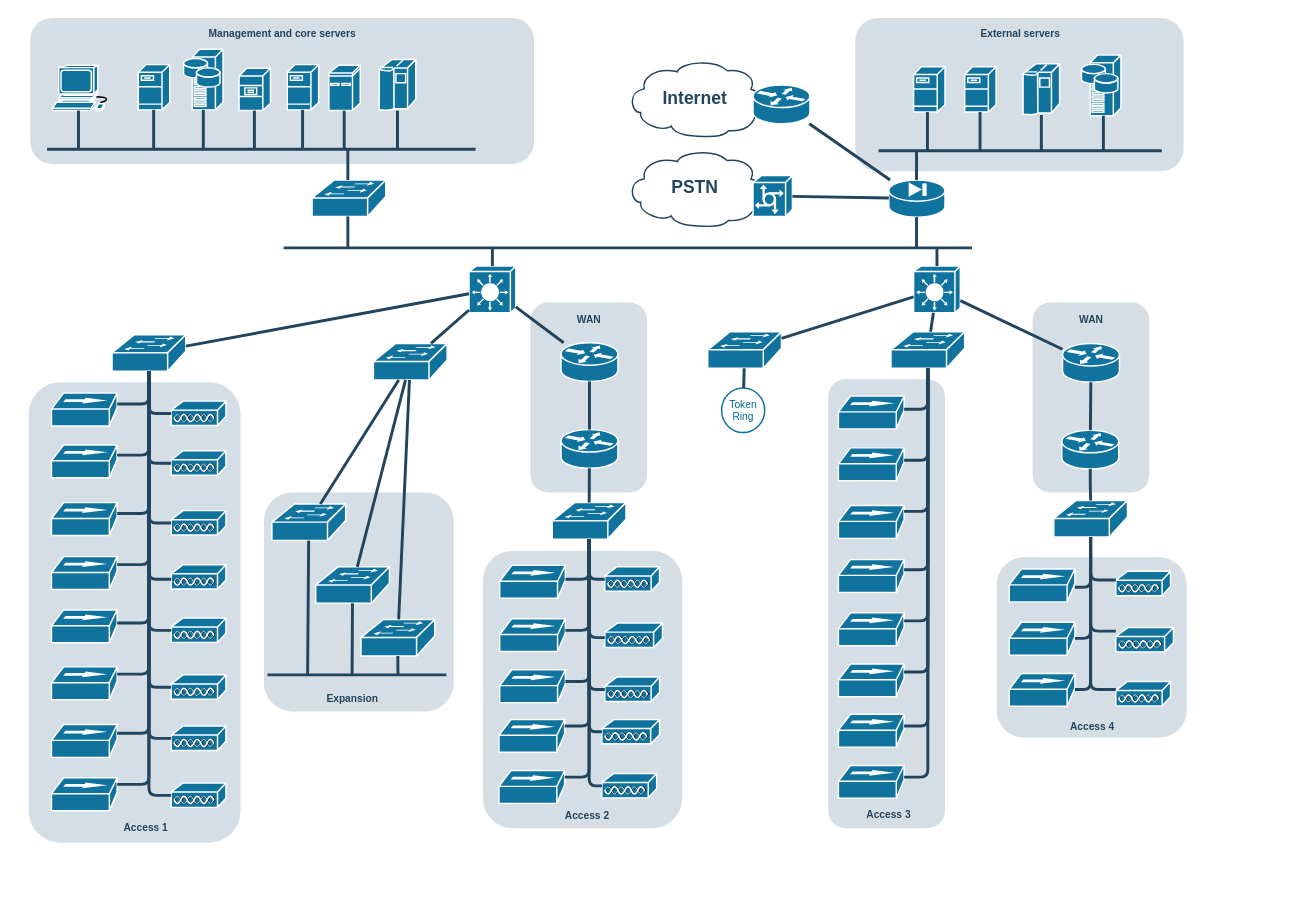
Before: 未命名绘图.drawio in yuyilin26/yuyilin20211113426, a draw.io diagram. Source tidied: cells renumbered, new cells numbered last; positions are measured from the earlier drawing's top-left corner, leaving out a move shared by most shapes. Both pictures are drawn from the tidied source at 73%, with x=0, y=0 at pixel (28, 18).
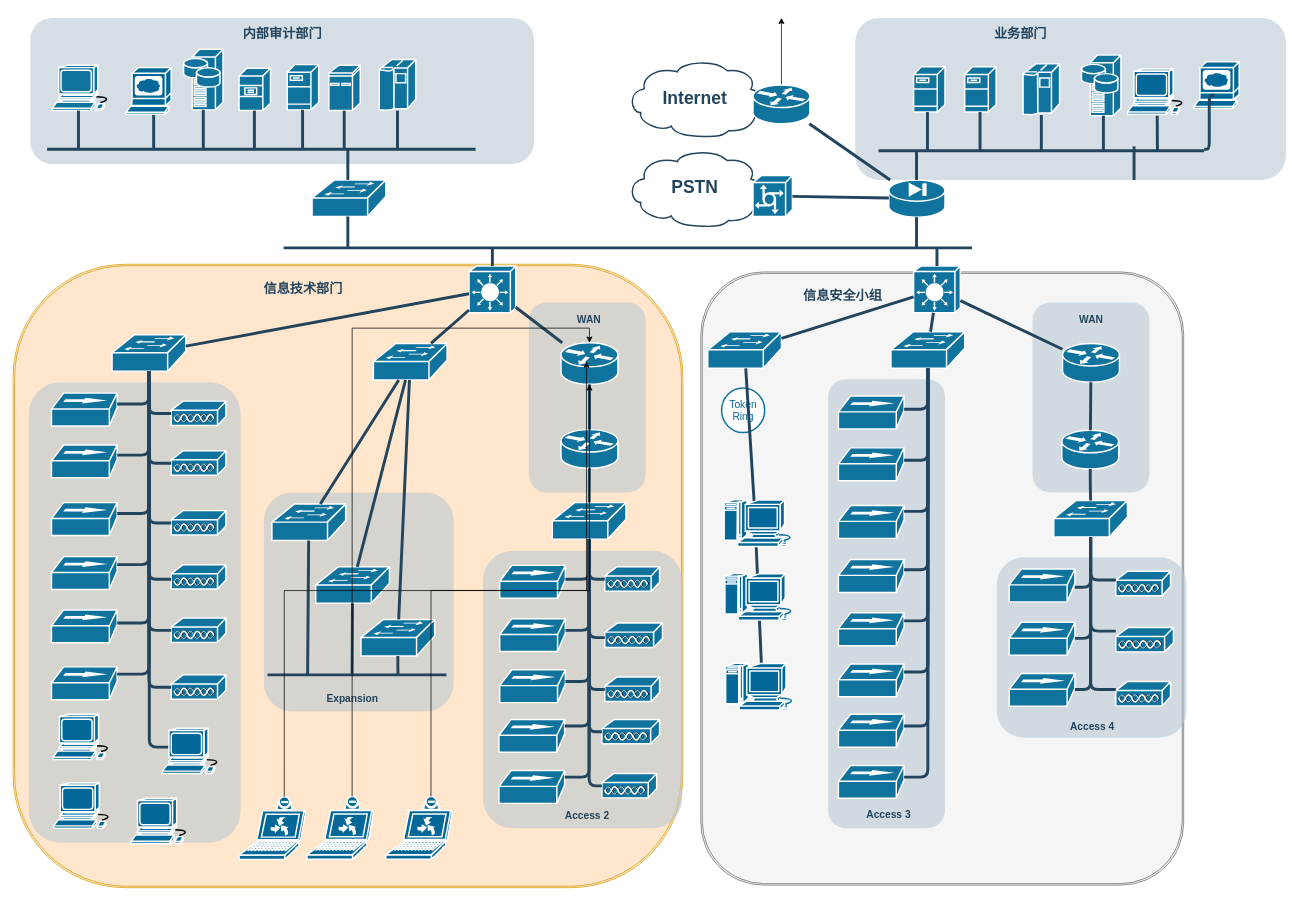
Above is the later version.

Commit message:
更新未命名绘图.drawio

The change refers to these unchanged cells:
```xml
<mxCell id="30" style="shape=mxgraph.cisco.switches.workgroup_switch;html=1;dashed=0;fillColor=#10739E;strokeColor=#ffffff;strokeWidth=2;verticalLabelPosition=bottom;verticalAlign=top;fontFamily=Helvetica;fontSize=36;fontColor=#FFB366;" parent="1" vertex="1">
  <mxGeometry x="114" y="434" width="101" height="50" as="geometry" />
</mxCell>
<mxCell id="31" style="shape=mxgraph.cisco.switches.workgroup_switch;html=1;dashed=0;fillColor=#10739E;strokeColor=#ffffff;strokeWidth=2;verticalLabelPosition=bottom;verticalAlign=top;fontFamily=Helvetica;fontSize=36;fontColor=#FFB366;" parent="1" vertex="1">
  <mxGeometry x="930" y="430" width="101" height="50" as="geometry" />
</mxCell>
<mxCell id="47" style="shape=mxgraph.cisco.misc.token;html=1;dashed=0;strokeColor=#10739E;fillColor=#ffffff;strokeWidth=2;verticalLabelPosition=bottom;verticalAlign=top;fontFamily=Helvetica;fontSize=36;fontColor=#23445D;labelBackgroundColor=none;" parent="1" vertex="1">
  <mxGeometry x="949" y="507" width="59" height="61" as="geometry" />
</mxCell>
<mxCell id="54" style="shape=mxgraph.cisco.routers.router;html=1;dashed=0;fillColor=#10739E;strokeColor=#ffffff;strokeWidth=2;verticalLabelPosition=bottom;verticalAlign=top;fontFamily=Helvetica;fontSize=36;fontColor=#FFB366;" parent="1" vertex="1">
  <mxGeometry x="992" y="92" width="78" height="53" as="geometry" />
</mxCell>
```

Diff of the diagram source:
```diff
@@
+    <mxCell id="174" style="shape=ext;double=1;rounded=1;whiteSpace=wrap;html=1;fillColor=#f5f5f5;fontColor=#333333;strokeColor=#666666;arcSize=13;" parent="1" vertex="1">
+      <mxGeometry x="920.5" y="348" width="661.5" height="840" as="geometry" />
+    </mxCell>
+    <mxCell id="175" style="shape=ext;double=1;rounded=1;whiteSpace=wrap;html=1;fillColor=#ffe6cc;strokeColor=#d79b00;arcSize=18;" parent="1" vertex="1">
+      <mxGeometry x="-21.5" y="337.5" width="917.5" height="854" as="geometry" />
+    </mxCell>
     <mxCell id="2" style="rounded=1;whiteSpace=wrap;html=1;strokeColor=none;fillColor=#BAC8D3;fontSize=24;fontColor=#23445D;align=center;opacity=60;" parent="1" vertex="1">
-      <mxGeometry x="687" y="390" width="160" height="260" as="geometry" />
+      <mxGeometry x="685" y="390" width="160" height="260" as="geometry" />
     </mxCell>
@@
     <mxCell id="10" style="rounded=1;whiteSpace=wrap;html=1;strokeColor=none;fillColor=#BAC8D3;fontSize=24;fontColor=#23445D;align=center;opacity=60;" parent="1" vertex="1">
-      <mxGeometry x="1132" width="450" height="210" as="geometry" />
+      <mxGeometry x="1132" width="590" height="222" as="geometry" />
     </mxCell>
@@
-    <mxCell id="13" style="shape=mxgraph.cisco.servers.fileserver;html=1;dashed=0;fillColor=#10739E;strokeColor=#ffffff;strokeWidth=2;verticalLabelPosition=bottom;verticalAlign=top;fontFamily=Helvetica;fontSize=36;fontColor=#FFB366;" parent="1" vertex="1">
-      <mxGeometry x="150" y="64" width="43" height="62" as="geometry" />
-    </mxCell>
@@
     <mxCell id="48" style="shape=mxgraph.cisco.routers.router;html=1;dashed=0;fillColor=#10739E;strokeColor=#ffffff;strokeWidth=2;verticalLabelPosition=bottom;verticalAlign=top;fontFamily=Helvetica;fontSize=36;fontColor=#FFB366;" parent="1" vertex="1">
-      <mxGeometry x="729" y="445" width="78" height="53" as="geometry" />
+      <mxGeometry x="729" y="445" width="78" height="57" as="geometry" />
     </mxCell>
@@
+    <mxCell id="176" style="edgeStyle=orthogonalEdgeStyle;rounded=0;jettySize=auto;html=1;" parent="1" edge="1" source="54">
+      <mxGeometry relative="1" as="geometry">
+        <mxPoint x="1031" as="targetPoint" />
+      </mxGeometry>
+    </mxCell>
@@
     <mxCell id="69" style="line;html=1;strokeColor=#23445D;" parent="1" vertex="1">
-      <mxGeometry x="1164" y="177" width="388" height="10" as="geometry" />
+      <mxGeometry x="1164" y="177" width="446" height="10" as="geometry" />
     </mxCell>
@@
-    <mxCell id="76" style="edgeStyle=elbowEdgeStyle;elbow=horizontal;endArrow=none;html=1;strokeColor=#23445D;endFill=0;strokeWidth=4;rounded=1;" parent="1" edge="1" target="13">
+    <mxCell id="76" style="edgeStyle=elbowEdgeStyle;elbow=horizontal;endArrow=none;html=1;strokeColor=#23445D;endFill=0;strokeWidth=4;rounded=1;" parent="1" edge="1">
       <mxGeometry relative="1" as="geometry">
         <mxPoint x="171" y="180" as="sourcePoint" />
+        <mxPoint x="171.7" y="126" as="targetPoint" />
       </mxGeometry>
     </mxCell>
@@
-    <mxCell id="104" style="rounded=1;html=1;strokeColor=#23445D;endArrow=none;endFill=0;strokeWidth=4;" parent="1" edge="1" source="31" target="47">
-      <mxGeometry relative="1" as="geometry" />
+    <mxCell id="104" style="rounded=1;html=1;strokeColor=#23445D;endArrow=none;endFill=0;strokeWidth=4;entryX=0.5;entryY=0.01;entryDx=0;entryDy=0;entryPerimeter=0;" parent="1" edge="1" source="31" target="192">
+      <mxGeometry relative="1" as="geometry">
+        <Array as="points">
+          <mxPoint x="994" y="670" />
+        </Array>
+      </mxGeometry>
     </mxCell>
@@
-    <mxCell id="142" value="&lt;font color=&quot;#23445d&quot;&gt;Management and core servers&lt;/font&gt;" style="rounded=1;whiteSpace=wrap;html=1;strokeColor=none;fillColor=none;fontSize=14;fontColor=#742B21;align=center;fontStyle=1;" parent="1" vertex="1">
+    <mxCell id="142" value="&lt;font style=&quot;font-size: 18px;&quot; color=&quot;#23445d&quot;&gt;内部审计部门&lt;/font&gt;" style="rounded=1;whiteSpace=wrap;html=1;strokeColor=none;fillColor=none;fontSize=14;fontColor=#742B21;align=center;fontStyle=1;" parent="1" vertex="1">
       <mxGeometry x="235" y="12" width="225" height="19" as="geometry" />
     </mxCell>
-    <mxCell id="143" value="&lt;font color=&quot;#23445d&quot;&gt;External servers&lt;/font&gt;" style="rounded=1;whiteSpace=wrap;html=1;strokeColor=none;fillColor=none;fontSize=14;fontColor=#742B21;align=center;fontStyle=1;" parent="1" vertex="1">
+    <mxCell id="143" value="&lt;font style=&quot;font-size: 18px;&quot; color=&quot;#23445d&quot;&gt;业务部门&lt;/font&gt;" style="rounded=1;whiteSpace=wrap;html=1;strokeColor=none;fillColor=none;fontSize=14;fontColor=#742B21;align=center;fontStyle=1;" parent="1" vertex="1">
       <mxGeometry x="1287" y="12" width="143" height="19" as="geometry" />
     </mxCell>
@@
-    <mxCell id="149" value="Access 1" style="rounded=1;whiteSpace=wrap;html=1;strokeColor=none;fillColor=none;fontSize=14;fontColor=#23445D;align=center;fontStyle=1;" parent="1" vertex="1">
-      <mxGeometry x="114" y="1100" width="93" height="19" as="geometry" />
+    <mxCell id="149" value="&lt;font style=&quot;font-size: 18px;&quot;&gt;信息技术部门&lt;/font&gt;" style="rounded=1;whiteSpace=wrap;html=1;strokeColor=none;fillColor=none;fontSize=14;fontColor=#23445D;align=center;fontStyle=1;" parent="1" vertex="1">
+      <mxGeometry x="310.5" y="362.5" width="130" height="19" as="geometry" />
     </mxCell>
-    <mxCell id="150" style="shape=mxgraph.cisco.hubs_and_gateways.100baset_hub;html=1;dashed=0;fillColor=#10739E;strokeColor=#ffffff;strokeWidth=2;verticalLabelPosition=bottom;verticalAlign=top;fontFamily=Helvetica;fontSize=36;fontColor=#FFB366;" parent="1" vertex="1">
-      <mxGeometry x="31" y="1041" width="90" height="45" as="geometry" />
-    </mxCell>
-    <mxCell id="151" style="shape=mxgraph.cisco.hubs_and_gateways.100baset_hub;html=1;dashed=0;fillColor=#10739E;strokeColor=#ffffff;strokeWidth=2;verticalLabelPosition=bottom;verticalAlign=top;fontFamily=Helvetica;fontSize=36;fontColor=#FFB366;" parent="1" vertex="1">
-      <mxGeometry x="31" y="968" width="90" height="45" as="geometry" />
-    </mxCell>
-    <mxCell id="152" style="shape=mxgraph.cisco.misc.access_point;html=1;dashed=0;fillColor=#10739E;strokeColor=#ffffff;strokeWidth=2;verticalLabelPosition=bottom;verticalAlign=top;fontFamily=Helvetica;fontSize=36;fontColor=#FFB366;" parent="1" vertex="1">
-      <mxGeometry x="195" y="970" width="75" height="34" as="geometry" />
-    </mxCell>
-    <mxCell id="153" style="shape=mxgraph.cisco.misc.access_point;html=1;dashed=0;fillColor=#10739E;strokeColor=#ffffff;strokeWidth=2;verticalLabelPosition=bottom;verticalAlign=top;fontFamily=Helvetica;fontSize=36;fontColor=#FFB366;" parent="1" vertex="1">
-      <mxGeometry x="195" y="1048" width="75" height="34" as="geometry" />
-    </mxCell>
-    <mxCell id="154" style="edgeStyle=orthogonalEdgeStyle;rounded=1;html=1;endArrow=none;endFill=0;strokeColor=#23445D;strokeWidth=4;fontSize=14;fontColor=#990000;" parent="1" edge="1" source="30" target="153">
-      <mxGeometry relative="1" as="geometry">
-        <Array as="points">
-          <mxPoint x="165" y="1065" />
-        </Array>
-      </mxGeometry>
-    </mxCell>
-    <mxCell id="155" style="edgeStyle=orthogonalEdgeStyle;rounded=1;html=1;endArrow=none;endFill=0;strokeColor=#23445D;strokeWidth=4;fontSize=14;fontColor=#990000;" parent="1" edge="1" source="30" target="152">
-      <mxGeometry relative="1" as="geometry">
-        <Array as="points">
-          <mxPoint x="165" y="987" />
-        </Array>
-      </mxGeometry>
-    </mxCell>
-    <mxCell id="156" style="edgeStyle=orthogonalEdgeStyle;rounded=1;html=1;endArrow=none;endFill=0;strokeColor=#23445D;strokeWidth=4;fontSize=14;fontColor=#990000;" parent="1" edge="1" source="30" target="151">
-      <mxGeometry relative="1" as="geometry">
-        <Array as="points">
-          <mxPoint x="165" y="980" />
-        </Array>
-      </mxGeometry>
-    </mxCell>
-    <mxCell id="157" style="edgeStyle=orthogonalEdgeStyle;rounded=1;html=1;endArrow=none;endFill=0;strokeColor=#23445D;strokeWidth=4;fontSize=14;fontColor=#990000;" parent="1" edge="1" source="30" target="150">
-      <mxGeometry relative="1" as="geometry">
-        <Array as="points">
-          <mxPoint x="165" y="1050" />
-        </Array>
-      </mxGeometry>
-    </mxCell>
@@
+    <mxCell id="177" style="shape=mxgraph.cisco.computers_and_peripherals.web_browser;sketch=0;html=1;dashed=0;fillColor=#036897;strokeColor=#ffffff;strokeWidth=2;verticalLabelPosition=bottom;verticalAlign=top;align=center;" parent="1" vertex="1">
+      <mxGeometry x="133" y="68" width="62" height="64" as="geometry" />
+    </mxCell>
+    <mxCell id="178" style="edgeStyle=orthogonalEdgeStyle;rounded=1;html=1;strokeColor=#23445D;endArrow=none;endFill=0;strokeWidth=4;" parent="1" edge="1">
+      <mxGeometry relative="1" as="geometry">
+        <mxPoint x="165" y="566" as="sourcePoint" />
+        <mxPoint x="195" y="999" as="targetPoint" />
+        <Array as="points">
+          <mxPoint x="165" y="999" />
+        </Array>
+      </mxGeometry>
+    </mxCell>
+    <mxCell id="179" style="shape=mxgraph.cisco.computers_and_peripherals.workstation;sketch=0;html=1;dashed=0;fillColor=#036897;strokeColor=#ffffff;strokeWidth=2;verticalLabelPosition=bottom;verticalAlign=top;align=center;" parent="1" vertex="1">
+      <mxGeometry x="183" y="973" width="83" height="62" as="geometry" />
+    </mxCell>
+    <mxCell id="180" style="shape=mxgraph.cisco.computers_and_peripherals.upc;sketch=0;html=1;dashed=0;fillColor=#036897;strokeColor=#ffffff;strokeWidth=2;verticalLabelPosition=bottom;verticalAlign=top;align=center;outlineConnect=0;" parent="1" vertex="1">
+      <mxGeometry x="288" y="1067" width="91" height="86" as="geometry" />
+    </mxCell>
+    <mxCell id="181" style="shape=mxgraph.cisco.computers_and_peripherals.upc;sketch=0;html=1;dashed=0;fillColor=#036897;strokeColor=#ffffff;strokeWidth=2;verticalLabelPosition=bottom;verticalAlign=top;align=center;outlineConnect=0;" parent="1" vertex="1">
+      <mxGeometry x="381" y="1066.5" width="91" height="86" as="geometry" />
+    </mxCell>
+    <mxCell id="182" style="shape=mxgraph.cisco.computers_and_peripherals.upc;sketch=0;html=1;dashed=0;fillColor=#036897;strokeColor=#ffffff;strokeWidth=2;verticalLabelPosition=bottom;verticalAlign=top;align=center;outlineConnect=0;" parent="1" vertex="1">
+      <mxGeometry x="489" y="1066.5" width="91" height="86" as="geometry" />
+    </mxCell>
+    <mxCell id="183" style="shape=mxgraph.cisco.computers_and_peripherals.workstation;sketch=0;html=1;dashed=0;fillColor=#036897;strokeColor=#ffffff;strokeWidth=2;verticalLabelPosition=bottom;verticalAlign=top;align=center;" parent="1" vertex="1">
+      <mxGeometry x="33" y="954" width="83" height="62" as="geometry" />
+    </mxCell>
+    <mxCell id="184" style="shape=mxgraph.cisco.computers_and_peripherals.workstation;sketch=0;html=1;dashed=0;fillColor=#036897;strokeColor=#ffffff;strokeWidth=2;verticalLabelPosition=bottom;verticalAlign=top;align=center;" parent="1" vertex="1">
+      <mxGeometry x="34" y="1048" width="83" height="62" as="geometry" />
+    </mxCell>
+    <mxCell id="185" style="shape=mxgraph.cisco.computers_and_peripherals.workstation;sketch=0;html=1;dashed=0;fillColor=#036897;strokeColor=#ffffff;strokeWidth=2;verticalLabelPosition=bottom;verticalAlign=top;align=center;" parent="1" vertex="1">
+      <mxGeometry x="140" y="1069" width="83" height="62" as="geometry" />
+    </mxCell>
+    <mxCell id="186" value="&lt;font style=&quot;font-size: 18px;&quot;&gt;信息安全小组&lt;/font&gt;" style="rounded=1;whiteSpace=wrap;html=1;strokeColor=none;fillColor=none;fontSize=14;fontColor=#23445D;align=center;fontStyle=1;" parent="1" vertex="1">
+      <mxGeometry x="1050" y="371" width="130" height="19" as="geometry" />
+    </mxCell>
+    <mxCell id="187" style="edgeStyle=orthogonalEdgeStyle;rounded=0;jettySize=auto;html=1;exitX=0.68;exitY=0;exitDx=0;exitDy=0;exitPerimeter=0;entryX=0.5;entryY=1;entryDx=0;entryDy=0;entryPerimeter=0;" parent="1" edge="1" source="180" target="48">
+      <mxGeometry relative="1" as="geometry" />
+    </mxCell>
+    <mxCell id="188" style="edgeStyle=orthogonalEdgeStyle;rounded=0;jettySize=auto;html=1;exitX=0.68;exitY=0;exitDx=0;exitDy=0;exitPerimeter=0;entryX=0.5;entryY=0;entryDx=0;entryDy=0;entryPerimeter=0;" parent="1" edge="1" source="181" target="48">
+      <mxGeometry relative="1" as="geometry" />
+    </mxCell>
+    <mxCell id="189" style="edgeStyle=orthogonalEdgeStyle;rounded=0;jettySize=auto;html=1;exitX=0.68;exitY=0;exitDx=0;exitDy=0;exitPerimeter=0;entryX=0.447;entryY=0.456;entryDx=0;entryDy=0;entryPerimeter=0;" parent="1" edge="1" source="182" target="48">
+      <mxGeometry relative="1" as="geometry" />
+    </mxCell>
+    <mxCell id="190" style="shape=mxgraph.cisco.computers_and_peripherals.macintosh;sketch=0;html=1;dashed=0;fillColor=#036897;strokeColor=#ffffff;strokeWidth=2;verticalLabelPosition=bottom;verticalAlign=top;align=center;" parent="1" vertex="1">
+      <mxGeometry x="952" y="660" width="99" height="64" as="geometry" />
+    </mxCell>
+    <mxCell id="191" style="shape=mxgraph.cisco.computers_and_peripherals.macintosh;sketch=0;html=1;dashed=0;fillColor=#036897;strokeColor=#ffffff;strokeWidth=2;verticalLabelPosition=bottom;verticalAlign=top;align=center;" parent="1" vertex="1">
+      <mxGeometry x="953" y="761" width="99" height="64" as="geometry" />
+    </mxCell>
+    <mxCell id="192" style="shape=mxgraph.cisco.computers_and_peripherals.macintosh;sketch=0;html=1;dashed=0;fillColor=#036897;strokeColor=#ffffff;strokeWidth=2;verticalLabelPosition=bottom;verticalAlign=top;align=center;outlineConnect=0;" parent="1" vertex="1">
+      <mxGeometry x="954" y="884" width="99" height="64" as="geometry" />
+    </mxCell>
+    <mxCell id="193" style="shape=mxgraph.cisco.computers_and_peripherals.workstation;sketch=0;html=1;dashed=0;fillColor=#036897;strokeColor=#ffffff;strokeWidth=2;verticalLabelPosition=bottom;verticalAlign=top;align=center;" parent="1" vertex="1">
+      <mxGeometry x="1505" y="70" width="83" height="62" as="geometry" />
+    </mxCell>
+    <mxCell id="194" style="shape=mxgraph.cisco.computers_and_peripherals.web_browser;sketch=0;html=1;dashed=0;fillColor=#036897;strokeColor=#ffffff;strokeWidth=2;verticalLabelPosition=bottom;verticalAlign=top;align=center;" parent="1" vertex="1">
+      <mxGeometry x="1596" y="60" width="62" height="64" as="geometry" />
+    </mxCell>
+    <mxCell id="195" style="edgeStyle=elbowEdgeStyle;elbow=horizontal;endArrow=none;html=1;strokeColor=#23445D;endFill=0;strokeWidth=4;rounded=1;" parent="1" edge="1">
+      <mxGeometry relative="1" as="geometry">
+        <mxPoint x="1624" y="106" as="sourcePoint" />
+        <mxPoint x="1610" y="180" as="targetPoint" />
+      </mxGeometry>
+    </mxCell>
+    <mxCell id="196" style="edgeStyle=elbowEdgeStyle;elbow=horizontal;endArrow=none;html=1;strokeColor=#23445D;endFill=0;strokeWidth=4;rounded=1;" parent="1" edge="1">
+      <mxGeometry relative="1" as="geometry">
+        <mxPoint x="1545.7" y="134" as="sourcePoint" />
+        <mxPoint x="1545.9" y="182.1" as="targetPoint" />
+      </mxGeometry>
+    </mxCell>
+    <mxCell id="197" style="edgeStyle=elbowEdgeStyle;elbow=horizontal;endArrow=none;html=1;strokeColor=#23445D;endFill=0;strokeWidth=4;rounded=1;" parent="1" edge="1" target="10">
+      <mxGeometry relative="1" as="geometry">
+        <mxPoint x="1514" y="176" as="sourcePoint" />
+        <Array as="points">
+          <mxPoint x="1610" y="194" />
+        </Array>
+      </mxGeometry>
+    </mxCell>
```
